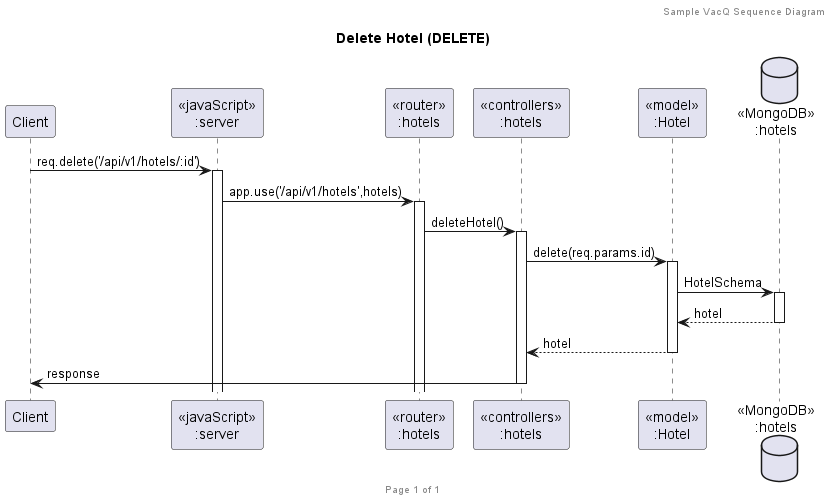
Above: diagram/sequence/hotels/hotelDELETE/Delete Hotel (DELETE).png in n0n7/SWDev_Final (PlantUML), before the change.
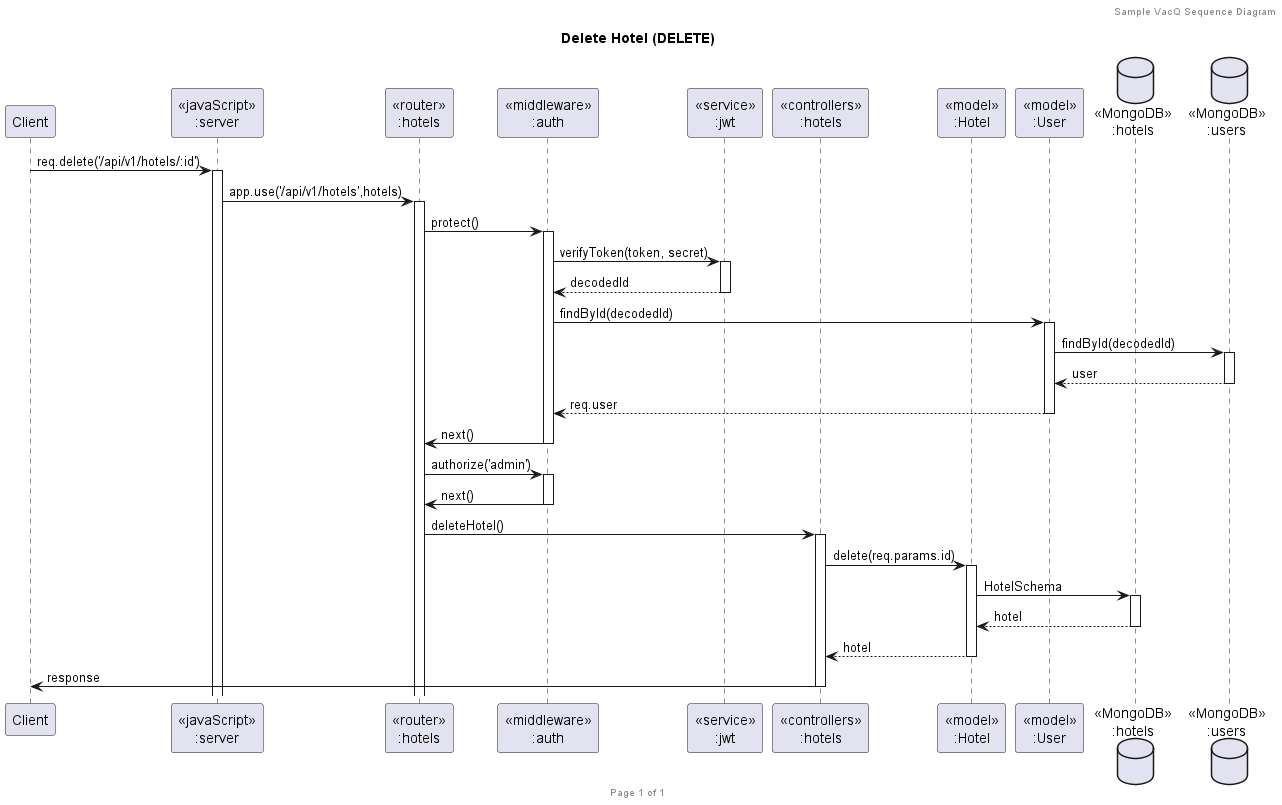
After the change.

What changed in the source:
```diff
@@ -7,12 +7,29 @@
 participant "Client" as client
 participant "<<javaScript>>\n:server" as server
 participant "<<router>>\n:hotels" as routerHotels
+participant "<<middleware>>\n:auth" as authMiddleware
+participant "<<service>>\n:jwt" as jwtService
 participant "<<controllers>>\n:hotels" as controllersHotels
 participant "<<model>>\n:Hotel" as modelHotel
+participant "<<model>>\n:User" as modelUser
 database "<<MongoDB>>\n:hotels" as HotelsDatabase
+database "<<MongoDB>>\n:users" as UsersDatabase
 
 client->server ++:req.delete('/api/v1/hotels/:id')
 server->routerHotels ++:app.use('/api/v1/hotels',hotels)
+
+routerHotels -> authMiddleware ++:protect()
+authMiddleware -> jwtService ++:verifyToken(token, secret)
+authMiddleware <-- jwtService --: decodedId
+
+authMiddleware -> modelUser ++: findById(decodedId)
+modelUser -> UsersDatabase ++: findById(decodedId)
+modelUser <-- UsersDatabase --: user
+authMiddleware <-- modelUser --: req.user
+authMiddleware -> routerHotels --: next()
+routerHotels -> authMiddleware ++: authorize('admin')
+authMiddleware -> routerHotels --: next()
+
 routerHotels -> controllersHotels ++:deleteHotel()
 controllersHotels->modelHotel ++:delete(req.params.id)
 modelHotel ->HotelsDatabase ++: HotelSchema
```
